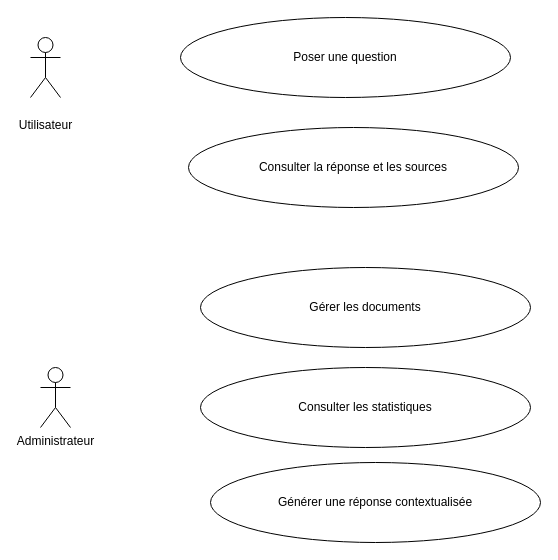
Earlier version of the draw.io diagram page "Page-1" (1 of 2) of Diagramme sans nom.drawio (ahmedbelkahl/ahmed). Source tidied: cells renumbered, new cells numbered last; positions are measured from the earlier drawing's top-left corner, leaving out a move shared by most shapes. Both pictures are drawn from the tidied source at 100%, with x=0, y=0 at pixel (30, 17).
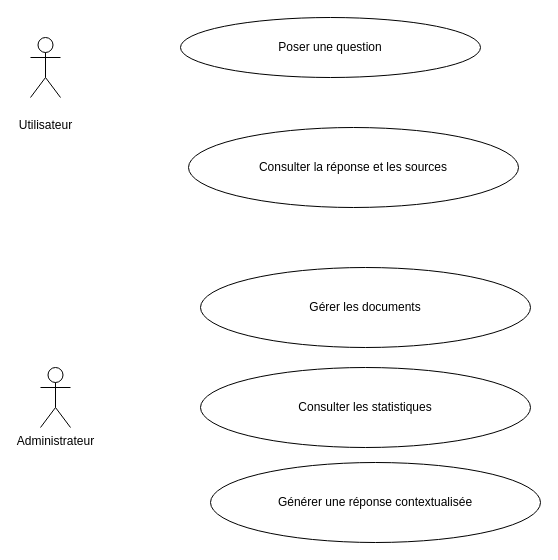
The same diagram, later.

Commit message:
Mettre à jour Diagramme sans nom.drawio

Change to the diagram source:
```diff
@@
 <mxGraphModel>
   <root>
     <mxCell id="0" />
     <mxCell id="1" parent="0" />
     <mxCell id="2" value="&#10;Utilisateur&#10;&#10;" style="shape=umlActor;verticalLabelPosition=bottom;verticalAlign=top;html=1;" parent="1" vertex="1">
       <mxGeometry y="20" width="30" height="60" as="geometry" />
     </mxCell>
-    <mxCell id="3" value="Poser une question" style="ellipse;whiteSpace=wrap;html=1;shapeInside=1;" parent="1" vertex="1">
-      <mxGeometry x="150" width="330" height="80" as="geometry" />
+    <mxCell id="3" value="Poser une question" style="ellipse;whiteSpace=wrap;html=1;shapeInside=1;shadow=0;" parent="1" vertex="1">
+      <mxGeometry x="150" width="300" height="60" as="geometry" />
     </mxCell>
     <mxCell id="4" value="Administrateur" style="shape=umlActor;verticalLabelPosition=bottom;verticalAlign=top;html=1;" parent="1" vertex="1">
       <mxGeometry x="10" y="350" width="30" height="60" as="geometry" />
     </mxCell>
     <mxCell id="5" value="Consulter la réponse et&amp;nbsp;les sources" style="ellipse;whiteSpace=wrap;html=1;shapeInside=1;" parent="1" vertex="1">
       <mxGeometry x="158" y="110" width="330" height="80" as="geometry" />
     </mxCell>
     <mxCell id="6" value="Gérer les documents" style="ellipse;whiteSpace=wrap;html=1;shapeInside=1;" parent="1" vertex="1">
       <mxGeometry x="170" y="250" width="330" height="80" as="geometry" />
     </mxCell>
     <mxCell id="7" value="Consulter les statistiques" style="ellipse;whiteSpace=wrap;html=1;shapeInside=1;" parent="1" vertex="1">
       <mxGeometry x="170" y="350" width="330" height="80" as="geometry" />
     </mxCell>
     <mxCell id="8" value="Générer une réponse contextualisée" style="ellipse;whiteSpace=wrap;html=1;shapeInside=1;" parent="1" vertex="1">
       <mxGeometry x="180" y="445" width="330" height="80" as="geometry" />
     </mxCell>
   </root>
 </mxGraphModel>
```
